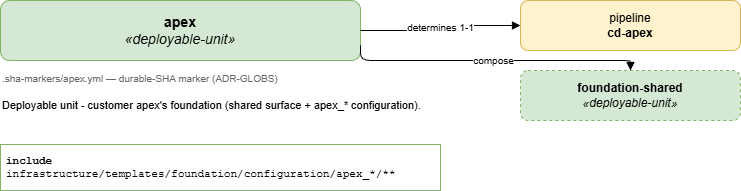
Before: docs/.assets/deployable-units/apex.drawio.png, a diagram exported from draw.io (casperease/catzc). Source tidied: cells renumbered, new cells last; positions are measured from the earlier drawing's top-left corner, leaving out a move shared by most shapes. Its diagram source:
```xml
<mxGraphModel>
  <root>
    <mxCell id="0" />
    <mxCell id="1" parent="0" />
    <mxCell id="2" value="&lt;b&gt;apex&lt;/b&gt;&lt;br&gt;&lt;i&gt;&amp;#171;deployable-unit&amp;#187;&lt;/i&gt;" style="rounded=1;whiteSpace=wrap;html=1;fontSize=14;fillColor=#d5e8d4;strokeColor=#82b366;" parent="1" vertex="1">
      <mxGeometry width="360" height="60" as="geometry" />
    </mxCell>
    <mxCell id="3" value=".sha-markers/apex.yml &amp;#8212; durable-SHA marker (ADR-GLOBS)" style="text;html=1;align=left;verticalAlign=top;fontSize=10;fontColor=#666666;" parent="1" vertex="1">
      <mxGeometry y="66" width="360" height="20" as="geometry" />
    </mxCell>
    <mxCell id="4" value="Deployable unit - customer apex's foundation (shared surface + apex_* configuration)." style="text;html=1;whiteSpace=wrap;align=left;verticalAlign=top;fontSize=11;" parent="1" vertex="1">
      <mxGeometry y="92" width="440" height="40" as="geometry" />
    </mxCell>
    <mxCell id="5" value="&lt;b&gt;include&lt;/b&gt;&lt;br&gt;infrastructure/templates/foundation/configuration/apex_*/**" style="rounded=0;whiteSpace=wrap;html=1;align=left;verticalAlign=top;fontFamily=Courier New;fontSize=11;spacing=6; fillColor=#f8fff8;strokeColor=#82b366;" parent="1" vertex="1">
      <mxGeometry y="144" width="440" height="46" as="geometry" />
    </mxCell>
    <mxCell id="6" value="pipeline&lt;br&gt;&lt;b&gt;cd-apex&lt;/b&gt;" style="rounded=1;whiteSpace=wrap;html=1;fillColor=#fff2cc;strokeColor=#d6b656;" parent="1" vertex="1">
      <mxGeometry x="520" width="220" height="50" as="geometry" />
    </mxCell>
    <mxCell id="7" value="determines 1-1" style="edgeStyle=orthogonalEdgeStyle;rounded=1;html=1;fontSize=10;endArrow=block;" parent="1" edge="1" source="2" target="6">
      <mxGeometry relative="1" as="geometry" />
    </mxCell>
    <mxCell id="8" value="&lt;b&gt;foundation-shared&lt;/b&gt;&lt;br&gt;&lt;i&gt;&amp;#171;deployable-unit&amp;#187;&lt;/i&gt;" style="rounded=1;dashed=1;whiteSpace=wrap;html=1;fillColor=#d5e8d4;strokeColor=#82b366;" parent="1" vertex="1">
      <mxGeometry x="520" y="70" width="220" height="50" as="geometry" />
    </mxCell>
    <mxCell id="9" value="compose" style="edgeStyle=orthogonalEdgeStyle;rounded=1;html=1;fontSize=10;endArrow=block;exitX=1;exitY=0.75;exitDx=0;exitDy=0;" parent="1" edge="1" source="2" target="8">
      <mxGeometry relative="1" as="geometry">
        <Array as="points">
          <mxPoint x="360" y="60" />
          <mxPoint x="630" y="60" />
        </Array>
      </mxGeometry>
    </mxCell>
  </root>
</mxGraphModel>
```
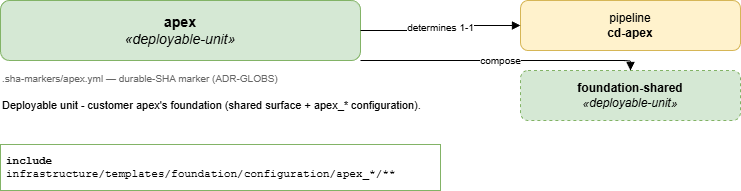
After the commit.

The edit, as a diff of the source:
```diff
@@ -23,10 +23,9 @@
     <mxCell id="8" value="&lt;b&gt;foundation-shared&lt;/b&gt;&lt;br&gt;&lt;i&gt;&amp;#171;deployable-unit&amp;#187;&lt;/i&gt;" style="rounded=1;dashed=1;whiteSpace=wrap;html=1;fillColor=#d5e8d4;strokeColor=#82b366;" parent="1" vertex="1">
       <mxGeometry x="520" y="70" width="220" height="50" as="geometry" />
     </mxCell>
-    <mxCell id="9" value="compose" style="edgeStyle=orthogonalEdgeStyle;rounded=1;html=1;fontSize=10;endArrow=block;exitX=1;exitY=0.75;exitDx=0;exitDy=0;" parent="1" edge="1" source="2" target="8">
+    <mxCell id="9" value="compose" style="edgeStyle=orthogonalEdgeStyle;rounded=1;html=1;fontSize=10;endArrow=block;" parent="1" edge="1" source="2" target="8">
       <mxGeometry relative="1" as="geometry">
         <Array as="points">
-          <mxPoint x="360" y="60" />
           <mxPoint x="630" y="60" />
         </Array>
       </mxGeometry>
```
